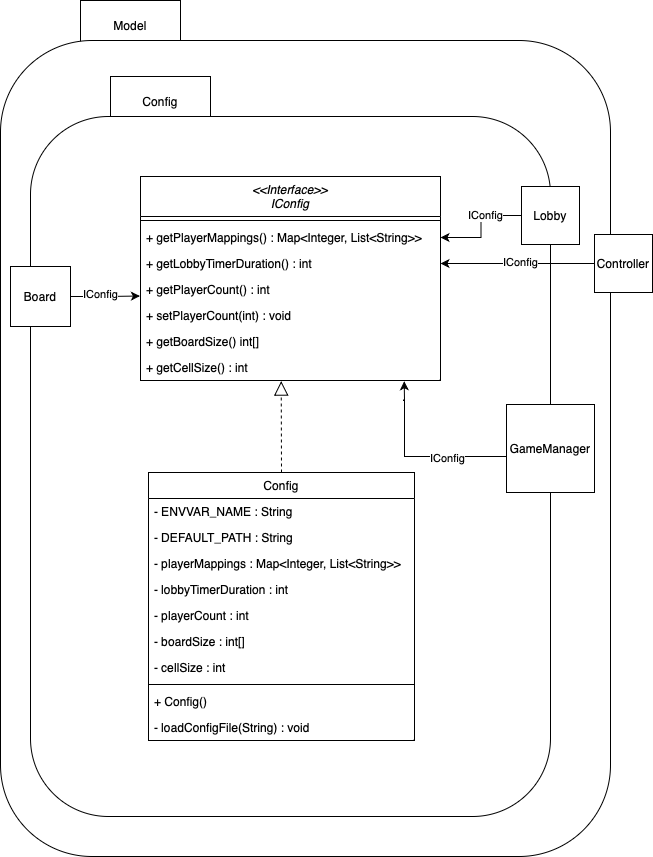
The draw.io diagram doku-game/Config-ClassDiagramm.drawio.png in PrismFox/tron-game, before a commit. Source tidied: cells renumbered, new cells last; positions are measured from the earlier drawing's top-left corner, leaving out a move shared by most shapes. The source it was exported from:
```xml
<mxGraphModel>
  <root>
    <mxCell id="0" />
    <mxCell id="1" parent="0" />
    <mxCell id="2" value="Model" style="rounded=0;whiteSpace=wrap;html=1;" parent="1" vertex="1">
      <mxGeometry x="80" width="100" height="50" as="geometry" />
    </mxCell>
    <mxCell id="3" style="rounded=1;whiteSpace=wrap;html=1;" parent="1" vertex="1">
      <mxGeometry y="40" width="610" height="816" as="geometry" />
    </mxCell>
    <mxCell id="4" value="Config" style="rounded=0;whiteSpace=wrap;html=1;" parent="1" vertex="1">
      <mxGeometry x="110" y="76" width="100" height="50" as="geometry" />
    </mxCell>
    <mxCell id="5" style="rounded=1;whiteSpace=wrap;html=1;" parent="1" vertex="1">
      <mxGeometry x="30" y="116" width="520" height="700" as="geometry" />
    </mxCell>
    <mxCell id="6" value="&lt;&lt;Interface&gt;&gt;&#10;IConfig" style="swimlane;fontStyle=2;align=center;verticalAlign=top;horizontal=1;startSize=40;rounded=0;shadow=0;strokeWidth=1;" parent="1" vertex="1">
      <mxGeometry x="140" y="176" width="300" height="204" as="geometry" />
    </mxCell>
    <mxCell id="7" style="line;html=1;strokeWidth=1;align=left;verticalAlign=middle;spacingTop=-1;spacingLeft=3;spacingRight=3;labelPosition=right;" parent="6" vertex="1">
      <mxGeometry y="40" width="300" height="8" as="geometry" />
    </mxCell>
    <mxCell id="8" value="+ getPlayerMappings() : Map&lt;Integer, List&lt;String&gt;&gt;" style="text;align=left;verticalAlign=top;spacingLeft=4;spacingRight=4;overflow=hidden;points=[[0,0.5],[1,0.5]];portConstraint=eastwest;" parent="6" vertex="1">
      <mxGeometry y="48" width="300" height="26" as="geometry" />
    </mxCell>
    <mxCell id="9" value="+ getLobbyTimerDuration() : int" style="text;align=left;verticalAlign=top;spacingLeft=4;spacingRight=4;overflow=hidden;points=[[0,0.5],[1,0.5]];portConstraint=eastwest;" parent="6" vertex="1">
      <mxGeometry y="74" width="300" height="26" as="geometry" />
    </mxCell>
    <mxCell id="10" value="+ getPlayerCount() : int" style="text;align=left;verticalAlign=top;spacingLeft=4;spacingRight=4;overflow=hidden;points=[[0,0.5],[1,0.5]];portConstraint=eastwest;" parent="6" vertex="1">
      <mxGeometry y="100" width="300" height="26" as="geometry" />
    </mxCell>
    <mxCell id="11" value="+ setPlayerCount(int) : void" style="text;align=left;verticalAlign=top;spacingLeft=4;spacingRight=4;overflow=hidden;points=[[0,0.5],[1,0.5]];portConstraint=eastwest;" parent="6" vertex="1">
      <mxGeometry y="126" width="300" height="26" as="geometry" />
    </mxCell>
    <mxCell id="12" value="+ getBoardSize() int[]" style="text;align=left;verticalAlign=top;spacingLeft=4;spacingRight=4;overflow=hidden;" parent="6" vertex="1">
      <mxGeometry y="152" width="300" height="26" as="geometry" />
    </mxCell>
    <mxCell id="13" value="+ getCellSize() : int" style="text;align=left;verticalAlign=top;spacingLeft=4;spacingRight=4;overflow=hidden;points=[[0,0.5],[1,0.5]];portConstraint=eastwest;" parent="6" vertex="1">
      <mxGeometry y="178" width="300" height="26" as="geometry" />
    </mxCell>
    <mxCell id="14" value="Config" style="swimlane;fontStyle=0;align=center;verticalAlign=top;horizontal=1;startSize=26;rounded=0;shadow=0;strokeWidth=1;" parent="1" vertex="1">
      <mxGeometry x="148" y="472" width="266" height="268" as="geometry" />
    </mxCell>
    <mxCell id="15" value="- ENVVAR_NAME : String" style="text;align=left;verticalAlign=top;spacingLeft=4;spacingRight=4;overflow=hidden;" parent="14" vertex="1">
      <mxGeometry y="26" width="266" height="26" as="geometry" />
    </mxCell>
    <mxCell id="16" value="- DEFAULT_PATH : String" style="text;align=left;verticalAlign=top;spacingLeft=4;spacingRight=4;overflow=hidden;rounded=0;shadow=0;html=0;" parent="14" vertex="1">
      <mxGeometry y="52" width="266" height="26" as="geometry" />
    </mxCell>
    <mxCell id="17" value="- playerMappings : Map&lt;Integer, List&lt;String&gt;&gt;" style="text;align=left;verticalAlign=top;spacingLeft=4;spacingRight=4;overflow=hidden;rounded=0;shadow=0;html=0;" parent="14" vertex="1">
      <mxGeometry y="78" width="266" height="26" as="geometry" />
    </mxCell>
    <mxCell id="18" value="- lobbyTimerDuration : int" style="text;align=left;verticalAlign=top;spacingLeft=4;spacingRight=4;overflow=hidden;rounded=0;shadow=0;html=0;" parent="14" vertex="1">
      <mxGeometry y="104" width="266" height="26" as="geometry" />
    </mxCell>
    <mxCell id="19" value="- playerCount : int " style="text;align=left;verticalAlign=top;spacingLeft=4;spacingRight=4;overflow=hidden;rounded=0;shadow=0;html=0;" parent="14" vertex="1">
      <mxGeometry y="130" width="266" height="26" as="geometry" />
    </mxCell>
    <mxCell id="20" value="- boardSize : int[]" style="text;align=left;verticalAlign=top;spacingLeft=4;spacingRight=4;overflow=hidden;rounded=0;shadow=0;html=0;" parent="14" vertex="1">
      <mxGeometry y="156" width="266" height="26" as="geometry" />
    </mxCell>
    <mxCell id="21" value="- cellSize : int " style="text;align=left;verticalAlign=top;spacingLeft=4;spacingRight=4;overflow=hidden;rounded=0;shadow=0;html=0;" parent="14" vertex="1">
      <mxGeometry y="182" width="266" height="26" as="geometry" />
    </mxCell>
    <mxCell id="22" style="line;html=1;strokeWidth=1;align=left;verticalAlign=middle;spacingTop=-1;spacingLeft=3;spacingRight=3;labelPosition=right;" parent="14" vertex="1">
      <mxGeometry y="208" width="266" height="8" as="geometry" />
    </mxCell>
    <mxCell id="23" value="+ Config()" style="text;align=left;verticalAlign=top;spacingLeft=4;spacingRight=4;overflow=hidden;" parent="14" vertex="1">
      <mxGeometry y="216" width="266" height="26" as="geometry" />
    </mxCell>
    <mxCell id="24" value="- loadConfigFile(String) : void" style="text;align=left;verticalAlign=top;spacingLeft=4;spacingRight=4;overflow=hidden;" parent="14" vertex="1">
      <mxGeometry y="242" width="266" height="26" as="geometry" />
    </mxCell>
    <mxCell id="25" style="endArrow=block;dashed=1;endFill=0;endSize=12;html=1;rounded=0;exitX=0.5;exitY=0;exitDx=0;exitDy=0;entryX=0.469;entryY=1.023;entryDx=0;entryDy=0;entryPerimeter=0;" parent="1" edge="1" source="14" target="13">
      <mxGeometry relative="1" as="geometry" />
    </mxCell>
    <mxCell id="26" style="edgeStyle=orthogonalEdgeStyle;rounded=0;jettySize=auto;html=1;entryX=1;entryY=0.5;entryDx=0;entryDy=0;" parent="1" edge="1" source="28" target="9">
      <mxGeometry relative="1" as="geometry" />
    </mxCell>
    <mxCell id="27" value="IConfig" style="edgeLabel;html=1;align=center;verticalAlign=middle;" parent="26" vertex="1">
      <mxGeometry x="-0.03" y="-2" relative="1" as="geometry" />
    </mxCell>
    <mxCell id="28" value="Controller" style="whiteSpace=wrap;html=1;" parent="1" vertex="1">
      <mxGeometry x="594" y="234" width="58" height="58" as="geometry" />
    </mxCell>
    <mxCell id="29" style="edgeStyle=orthogonalEdgeStyle;rounded=0;jettySize=auto;html=1;entryX=1;entryY=0.5;entryDx=0;entryDy=0;" parent="1" edge="1" source="31" target="8">
      <mxGeometry relative="1" as="geometry" />
    </mxCell>
    <mxCell id="30" value="IConfig" style="edgeLabel;html=1;align=center;verticalAlign=middle;" parent="29" vertex="1">
      <mxGeometry x="-0.28" y="-1" relative="1" as="geometry" />
    </mxCell>
    <mxCell id="31" value="Lobby" style="whiteSpace=wrap;html=1;" parent="1" vertex="1">
      <mxGeometry x="521" y="186" width="58" height="58" as="geometry" />
    </mxCell>
    <mxCell id="32" style="edgeStyle=orthogonalEdgeStyle;rounded=0;jettySize=auto;html=1;entryX=0.879;entryY=1.029;entryDx=0;entryDy=0;entryPerimeter=0;" parent="1" edge="1" source="34" target="13">
      <mxGeometry relative="1" as="geometry">
        <Array as="points">
          <mxPoint x="404" y="456" />
          <mxPoint x="404" y="400" />
        </Array>
      </mxGeometry>
    </mxCell>
    <mxCell id="33" value="IConfig" style="edgeLabel;html=1;align=center;verticalAlign=middle;" parent="32" vertex="1">
      <mxGeometry x="-0.32" y="1" relative="1" as="geometry" />
    </mxCell>
    <mxCell id="34" value="GameManager" style="whiteSpace=wrap;html=1;" parent="1" vertex="1">
      <mxGeometry x="506" y="404" width="88" height="88" as="geometry" />
    </mxCell>
    <mxCell id="35" style="edgeStyle=orthogonalEdgeStyle;rounded=0;jettySize=auto;html=1;entryX=-0.002;entryY=0.751;entryDx=0;entryDy=0;entryPerimeter=0;" parent="1" edge="1" source="37" target="10">
      <mxGeometry relative="1" as="geometry" />
    </mxCell>
    <mxCell id="36" value="IConfig" style="edgeLabel;html=1;align=center;verticalAlign=middle;" parent="35" vertex="1">
      <mxGeometry x="-0.17" y="3" relative="1" as="geometry" />
    </mxCell>
    <mxCell id="37" value="Board" style="whiteSpace=wrap;html=1;" parent="1" vertex="1">
      <mxGeometry x="10" y="266" width="60" height="60" as="geometry" />
    </mxCell>
  </root>
</mxGraphModel>
```
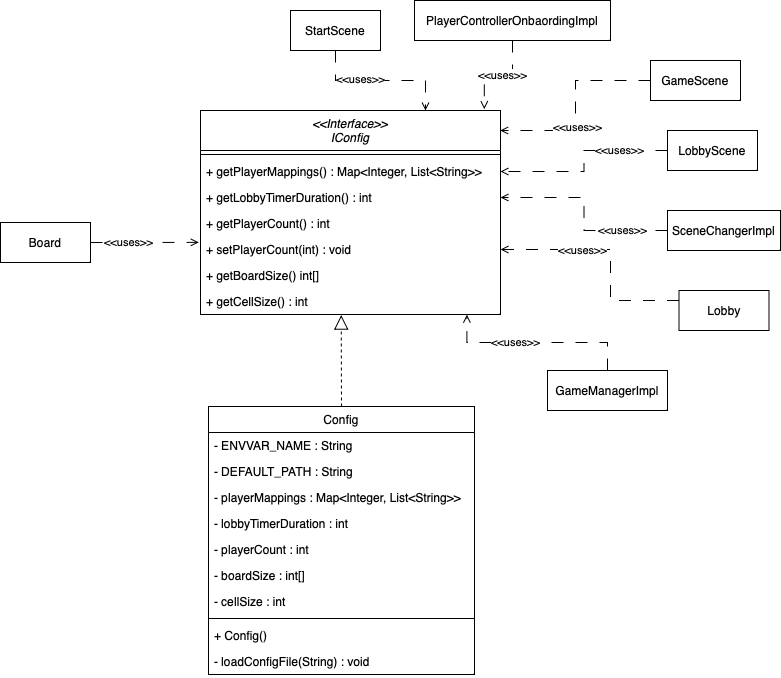
The same diagram one commit later.

What changed in the source:
```diff
@@ -2,18 +2,6 @@
   <root>
     <mxCell id="0" />
     <mxCell id="1" parent="0" />
-    <mxCell id="2" value="Model" style="rounded=0;whiteSpace=wrap;html=1;" parent="1" vertex="1">
-      <mxGeometry x="80" width="100" height="50" as="geometry" />
-    </mxCell>
-    <mxCell id="3" style="rounded=1;whiteSpace=wrap;html=1;" parent="1" vertex="1">
-      <mxGeometry y="40" width="610" height="816" as="geometry" />
-    </mxCell>
-    <mxCell id="4" value="Config" style="rounded=0;whiteSpace=wrap;html=1;" parent="1" vertex="1">
-      <mxGeometry x="110" y="76" width="100" height="50" as="geometry" />
-    </mxCell>
-    <mxCell id="5" style="rounded=1;whiteSpace=wrap;html=1;" parent="1" vertex="1">
-      <mxGeometry x="30" y="116" width="520" height="700" as="geometry" />
-    </mxCell>
     <mxCell id="6" value="&lt;&lt;Interface&gt;&gt;&#10;IConfig" style="swimlane;fontStyle=2;align=center;verticalAlign=top;horizontal=1;startSize=40;rounded=0;shadow=0;strokeWidth=1;" parent="1" vertex="1">
       <mxGeometry x="140" y="176" width="300" height="204" as="geometry" />
     </mxCell>
@@ -74,46 +62,88 @@
     <mxCell id="25" style="endArrow=block;dashed=1;endFill=0;endSize=12;html=1;rounded=0;exitX=0.5;exitY=0;exitDx=0;exitDy=0;entryX=0.469;entryY=1.023;entryDx=0;entryDy=0;entryPerimeter=0;" parent="1" edge="1" source="14" target="13">
       <mxGeometry relative="1" as="geometry" />
     </mxCell>
-    <mxCell id="26" style="edgeStyle=orthogonalEdgeStyle;rounded=0;jettySize=auto;html=1;entryX=1;entryY=0.5;entryDx=0;entryDy=0;" parent="1" edge="1" source="28" target="9">
-      <mxGeometry relative="1" as="geometry" />
-    </mxCell>
-    <mxCell id="27" value="IConfig" style="edgeLabel;html=1;align=center;verticalAlign=middle;" parent="26" vertex="1">
-      <mxGeometry x="-0.03" y="-2" relative="1" as="geometry" />
-    </mxCell>
-    <mxCell id="28" value="Controller" style="whiteSpace=wrap;html=1;" parent="1" vertex="1">
-      <mxGeometry x="594" y="234" width="58" height="58" as="geometry" />
-    </mxCell>
-    <mxCell id="29" style="edgeStyle=orthogonalEdgeStyle;rounded=0;jettySize=auto;html=1;entryX=1;entryY=0.5;entryDx=0;entryDy=0;" parent="1" edge="1" source="31" target="8">
-      <mxGeometry relative="1" as="geometry" />
-    </mxCell>
-    <mxCell id="30" value="IConfig" style="edgeLabel;html=1;align=center;verticalAlign=middle;" parent="29" vertex="1">
-      <mxGeometry x="-0.28" y="-1" relative="1" as="geometry" />
-    </mxCell>
+    <mxCell id="38" style="edgeStyle=orthogonalEdgeStyle;rounded=0;jettySize=auto;html=1;dashed=1;dashPattern=12 12;endArrow=open;endFill=0;" parent="1" edge="1" source="31" target="11">
+      <mxGeometry relative="1" as="geometry">
+        <Array as="points">
+          <mxPoint x="550" y="366" />
+          <mxPoint x="550" y="315" />
+        </Array>
+      </mxGeometry>
+    </mxCell>
+    <mxCell id="39" value="&amp;lt;&amp;lt;uses&amp;gt;&amp;gt;" style="edgeLabel;html=1;align=center;verticalAlign=middle;" parent="38" vertex="1">
+      <mxGeometry x="0.29" relative="1" as="geometry" />
+    </mxCell>
-    <mxCell id="31" value="Lobby" style="whiteSpace=wrap;html=1;" parent="1" vertex="1">
-      <mxGeometry x="521" y="186" width="58" height="58" as="geometry" />
+    <mxCell id="31" value="Lobby" style="rounded=0;whiteSpace=wrap;html=1;" parent="1" vertex="1">
+      <mxGeometry x="618.5" y="356" width="90" height="40" as="geometry" />
     </mxCell>
-    <mxCell id="32" style="edgeStyle=orthogonalEdgeStyle;rounded=0;jettySize=auto;html=1;entryX=0.879;entryY=1.029;entryDx=0;entryDy=0;entryPerimeter=0;" parent="1" edge="1" source="34" target="13">
-      <mxGeometry relative="1" as="geometry">
-        <Array as="points">
-          <mxPoint x="404" y="456" />
-          <mxPoint x="404" y="400" />
-        </Array>
-      </mxGeometry>
-    </mxCell>
-    <mxCell id="33" value="IConfig" style="edgeLabel;html=1;align=center;verticalAlign=middle;" parent="32" vertex="1">
-      <mxGeometry x="-0.32" y="1" relative="1" as="geometry" />
-    </mxCell>
-    <mxCell id="34" value="GameManager" style="whiteSpace=wrap;html=1;" parent="1" vertex="1">
-      <mxGeometry x="506" y="404" width="88" height="88" as="geometry" />
-    </mxCell>
-    <mxCell id="35" style="edgeStyle=orthogonalEdgeStyle;rounded=0;jettySize=auto;html=1;entryX=-0.002;entryY=0.751;entryDx=0;entryDy=0;entryPerimeter=0;" parent="1" edge="1" source="37" target="10">
-      <mxGeometry relative="1" as="geometry" />
-    </mxCell>
-    <mxCell id="36" value="IConfig" style="edgeLabel;html=1;align=center;verticalAlign=middle;" parent="35" vertex="1">
-      <mxGeometry x="-0.17" y="3" relative="1" as="geometry" />
-    </mxCell>
+    <mxCell id="40" style="edgeStyle=orthogonalEdgeStyle;rounded=0;jettySize=auto;html=1;entryX=0.946;entryY=-0.007;entryDx=0;entryDy=0;entryPerimeter=0;dashed=1;dashPattern=12 12;endArrow=open;endFill=0;" parent="1" edge="1" source="42" target="6">
+      <mxGeometry relative="1" as="geometry" />
+    </mxCell>
+    <mxCell id="41" value="&amp;lt;&amp;lt;uses&amp;gt;&amp;gt;" style="edgeLabel;html=1;align=center;verticalAlign=middle;" parent="40" vertex="1">
+      <mxGeometry x="-0.04" y="-1" relative="1" as="geometry" />
+    </mxCell>
+    <mxCell id="42" value="PlayerControllerOnbaordingImpl" style="rounded=0;whiteSpace=wrap;html=1;" parent="1" vertex="1">
+      <mxGeometry x="354" y="66" width="196" height="40" as="geometry" />
+    </mxCell>
+    <mxCell id="43" style="edgeStyle=orthogonalEdgeStyle;rounded=0;jettySize=auto;html=1;entryX=0.999;entryY=0.098;entryDx=0;entryDy=0;entryPerimeter=0;dashed=1;dashPattern=12 12;endArrow=open;endFill=0;" parent="1" edge="1" source="45" target="6">
+      <mxGeometry relative="1" as="geometry" />
+    </mxCell>
+    <mxCell id="44" value="&amp;lt;&amp;lt;uses&amp;gt;&amp;gt;" style="edgeLabel;html=1;align=center;verticalAlign=middle;" parent="43" vertex="1">
+      <mxGeometry x="0.2" y="1" relative="1" as="geometry" />
+    </mxCell>
+    <mxCell id="45" value="GameScene" style="rounded=0;whiteSpace=wrap;html=1;" parent="1" vertex="1">
+      <mxGeometry x="590" y="126" width="90" height="40" as="geometry" />
+    </mxCell>
+    <mxCell id="46" style="edgeStyle=orthogonalEdgeStyle;rounded=0;jettySize=auto;html=1;dashed=1;dashPattern=12 12;endArrow=open;endFill=0;" parent="1" edge="1" source="48" target="8">
+      <mxGeometry relative="1" as="geometry" />
+    </mxCell>
+    <mxCell id="47" value="&amp;lt;&amp;lt;uses&amp;gt;&amp;gt;" style="edgeLabel;html=1;align=center;verticalAlign=middle;" parent="46" vertex="1">
+      <mxGeometry x="-0.48" y="-1" relative="1" as="geometry" />
+    </mxCell>
+    <mxCell id="48" value="LobbyScene" style="rounded=0;whiteSpace=wrap;html=1;" parent="1" vertex="1">
+      <mxGeometry x="607" y="196" width="90" height="40" as="geometry" />
+    </mxCell>
+    <mxCell id="49" style="edgeStyle=orthogonalEdgeStyle;rounded=0;jettySize=auto;html=1;dashed=1;dashPattern=12 12;endArrow=open;endFill=0;" parent="1" edge="1" source="51" target="9">
+      <mxGeometry relative="1" as="geometry" />
+    </mxCell>
+    <mxCell id="50" value="&amp;lt;&amp;lt;uses&amp;gt;&amp;gt;" style="edgeLabel;html=1;align=center;verticalAlign=middle;" parent="49" vertex="1">
+      <mxGeometry x="-0.54" y="-1" relative="1" as="geometry" />
+    </mxCell>
+    <mxCell id="51" value="SceneChangerImpl" style="rounded=0;whiteSpace=wrap;html=1;" parent="1" vertex="1">
+      <mxGeometry x="607" y="276" width="113" height="40" as="geometry" />
+    </mxCell>
+    <mxCell id="52" style="edgeStyle=orthogonalEdgeStyle;rounded=0;jettySize=auto;html=1;entryX=0.75;entryY=0;entryDx=0;entryDy=0;dashed=1;dashPattern=12 12;endArrow=open;endFill=0;" parent="1" edge="1" source="54" target="6">
+      <mxGeometry relative="1" as="geometry" />
+    </mxCell>
+    <mxCell id="53" value="&amp;lt;&amp;lt;uses&amp;gt;&amp;gt;" style="edgeLabel;html=1;align=center;verticalAlign=middle;" parent="52" vertex="1">
+      <mxGeometry x="-0.28" y="2" relative="1" as="geometry" />
+    </mxCell>
+    <mxCell id="54" value="StartScene" style="rounded=0;whiteSpace=wrap;html=1;" parent="1" vertex="1">
+      <mxGeometry x="230" y="76" width="90" height="40" as="geometry" />
+    </mxCell>
+    <mxCell id="55" style="edgeStyle=orthogonalEdgeStyle;rounded=0;jettySize=auto;html=1;entryX=-0.006;entryY=0.225;entryDx=0;entryDy=0;entryPerimeter=0;dashed=1;dashPattern=12 12;endArrow=open;endFill=0;" parent="1" edge="1" source="37" target="11">
+      <mxGeometry relative="1" as="geometry" />
+    </mxCell>
+    <mxCell id="56" value="&lt;span style=&quot;caret-color: rgba(0, 0, 0, 0); color: rgba(0, 0, 0, 0); font-family: monospace; font-size: 0px; text-align: start; background-color: rgb(251, 251, 251);&quot;&gt;%3CmxGraphModel%3E%3Croot%3E%3CmxCell%20id%3D%220%22%2F%3E%3CmxCell%20id%3D%221%22%20parent%3D%220%22%2F%3E%3CmxCell%20id%3D%222%22%20value%3D%22Lobby%22%20style%3D%22rounded%3D0%3BwhiteSpace%3Dwrap%3Bhtml%3D1%3B%22%20vertex%3D%221%22%20parent%3D%221%22%3E%3CmxGeometry%20x%3D%22667%22%20y%3D%22240%22%20width%3D%2290%22%20height%3D%2240%22%20as%3D%22geometry%22%2F%3E%3C%2FmxCell%3E%3C%2Froot%3E%3C%2FmxGraphModel%3E&lt;/span&gt;" style="edgeLabel;html=1;align=center;verticalAlign=middle;" parent="55" vertex="1">
+      <mxGeometry x="-0.23" y="1" relative="1" as="geometry" />
+    </mxCell>
+    <mxCell id="57" value="&lt;span style=&quot;caret-color: rgba(0, 0, 0, 0); color: rgba(0, 0, 0, 0); font-family: monospace; font-size: 0px; text-align: start; background-color: rgb(251, 251, 251);&quot;&gt;%3CmxGraphModel%3E%3Croot%3E%3CmxCell%20id%3D%220%22%2F%3E%3CmxCell%20id%3D%221%22%20parent%3D%220%22%2F%3E%3CmxCell%20id%3D%222%22%20value%3D%22Lobby%22%20style%3D%22rounded%3D0%3BwhiteSpace%3Dwrap%3Bhtml%3D1%3B%22%20vertex%3D%221%22%20parent%3D%221%22%3E%3CmxGeometry%20x%3D%22667%22%20y%3D%22240%22%20width%3D%2290%22%20height%3D%2240%22%20as%3D%22geometry%22%2F%3E%3C%2FmxCell%3E%3C%2Froot%3E%3C%2FmxGraphModel%3&amp;lt;&amp;lt;uses&lt;/span&gt;" style="edgeLabel;html=1;align=center;verticalAlign=middle;" parent="55" vertex="1">
+      <mxGeometry x="-0.3" y="1" relative="1" as="geometry" />
+    </mxCell>
+    <mxCell id="58" value="&amp;lt;&amp;lt;uses&amp;gt;&amp;gt;" style="edgeLabel;html=1;align=center;verticalAlign=middle;" parent="55" vertex="1">
+      <mxGeometry x="-0.31" y="1" relative="1" as="geometry" />
+    </mxCell>
-    <mxCell id="37" value="Board" style="whiteSpace=wrap;html=1;" parent="1" vertex="1">
-      <mxGeometry x="10" y="266" width="60" height="60" as="geometry" />
+    <mxCell id="37" value="Board" style="rounded=0;whiteSpace=wrap;html=1;" parent="1" vertex="1">
+      <mxGeometry x="-60" y="288" width="90" height="40" as="geometry" />
     </mxCell>
+    <mxCell id="59" style="edgeStyle=orthogonalEdgeStyle;rounded=0;jettySize=auto;html=1;entryX=0.888;entryY=1.008;entryDx=0;entryDy=0;entryPerimeter=0;dashed=1;dashPattern=12 12;endArrow=open;endFill=0;" parent="1" edge="1" source="61" target="13">
+      <mxGeometry relative="1" as="geometry" />
+    </mxCell>
+    <mxCell id="60" value="&amp;lt;&amp;lt;uses&amp;gt;&amp;gt;" style="edgeLabel;html=1;align=center;verticalAlign=middle;" parent="59" vertex="1">
+      <mxGeometry x="0.23" y="-1" relative="1" as="geometry" />
+    </mxCell>
+    <mxCell id="61" value="GameManagerImpl" style="rounded=0;whiteSpace=wrap;html=1;" parent="1" vertex="1">
+      <mxGeometry x="487" y="436" width="120" height="40" as="geometry" />
+    </mxCell>
   </root>
 </mxGraphModel>
```
